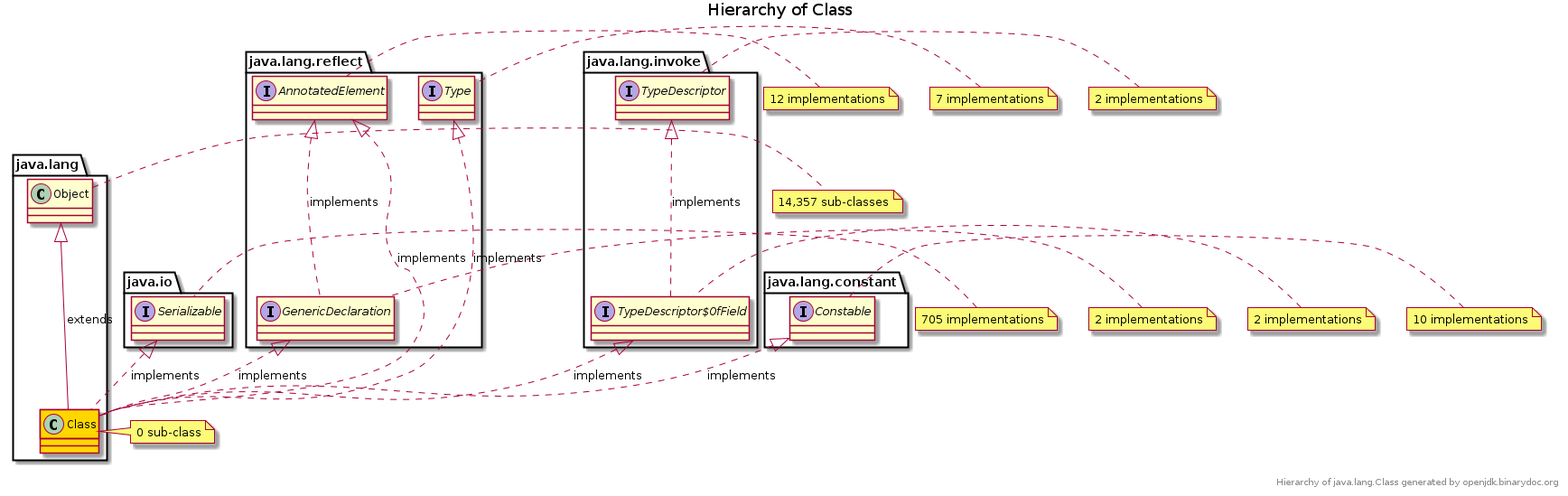
Above: samples/uml_java_java.lang.Class_hierarchy.png in fuiny/binarydoc-help (PlantUML), before the change.
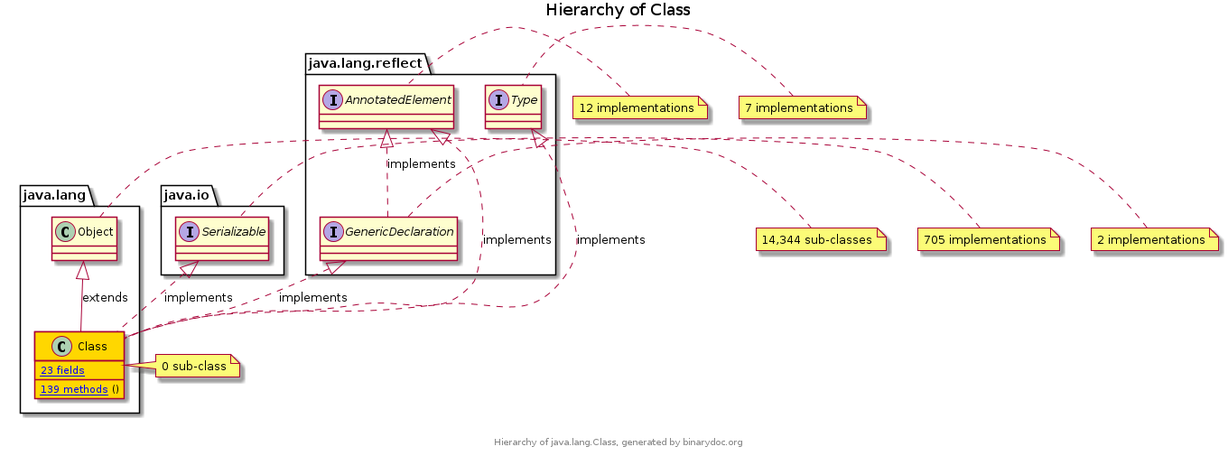
After the change.

Diff of the diagram source:
```diff
@@ -1,33 +1,27 @@
 @startuml
 
 
-class java.lang.Class[[/net.java/openjdk/13.0/classfile?classfilelocation=java.lang.class{Java classfile java.lang.Class} java.lang.Class]] #gold
+class java.lang.Class [[/homepage/demo-group/demo-artifact/demo-version-1/classfile?classfilelocation=java.lang.class{Java classfile java.lang.Class} java.lang.Class]] #gold {
+{field}  [[/homepage/demo-group/demo-artifact/demo-version-1/classfile-fields?classfilelocation=java.lang.class{23 fields in current classfile} 23 fields]]
+{method} [[/homepage/demo-group/demo-artifact/demo-version-1/classfile-methods?classfilelocation=java.lang.class{139 methods in current classfile} 139 methods]] ()
+}
 note right: 0 sub-class
 
 
-class java.lang.Object[[/net.java/openjdk/13.0/classfile?classfilelocation=java.lang.object{Java classfile java.lang.Object} java.lang.Object]]
-note right: 14,357 sub-classes
+class java.lang.Object [[/homepage/demo-group/demo-artifact/demo-version-1/classfile?classfilelocation=java.lang.object{Java classfile java.lang.Object} java.lang.Object]]
+note right: 14,344 sub-classes
 
-interface java.io.Serializable[[/net.java/openjdk/13.0/classfile?classfilelocation=java.io.serializable{Java classfile java.io.Serializable} java.io.Serializable]]
+interface java.io.Serializable [[/homepage/demo-group/demo-artifact/demo-version-1/classfile?classfilelocation=java.io.serializable{Java classfile java.io.Serializable} java.io.Serializable]]
 note left: 705 implementations
 
-interface java.lang.reflect.GenericDeclaration[[/net.java/openjdk/13.0/classfile?classfilelocation=java.lang.reflect.genericdeclaration{Java classfile java.lang.reflect.GenericDeclaration} java.lang.reflect.GenericDeclaration]]
+interface java.lang.reflect.GenericDeclaration [[/homepage/demo-group/demo-artifact/demo-version-1/classfile?classfilelocation=java.lang.reflect.genericdeclaration{Java classfile java.lang.reflect.GenericDeclaration} java.lang.reflect.GenericDeclaration]]
 note left: 2 implementations
 
-interface java.lang.reflect.AnnotatedElement[[/net.java/openjdk/13.0/classfile?classfilelocation=java.lang.reflect.annotatedelement{Java classfile java.lang.reflect.AnnotatedElement} java.lang.reflect.AnnotatedElement]]
+interface java.lang.reflect.AnnotatedElement [[/homepage/demo-group/demo-artifact/demo-version-1/classfile?classfilelocation=java.lang.reflect.annotatedelement{Java classfile java.lang.reflect.AnnotatedElement} java.lang.reflect.AnnotatedElement]]
 note left: 12 implementations
 
-interface java.lang.reflect.Type[[/net.java/openjdk/13.0/classfile?classfilelocation=java.lang.reflect.type{Java classfile java.lang.reflect.Type} java.lang.reflect.Type]]
+interface java.lang.reflect.Type [[/homepage/demo-group/demo-artifact/demo-version-1/classfile?classfilelocation=java.lang.reflect.type{Java classfile java.lang.reflect.Type} java.lang.reflect.Type]]
 note left: 7 implementations
-
-interface java.lang.invoke.TypeDescriptor$OfField[[/net.java/openjdk/13.0/classfile?classfilelocation=java.lang.invoke.typedescriptor%24offield{Java classfile java.lang.invoke.TypeDescriptor$OfField} java.lang.invoke.TypeDescriptor$OfField]]
-note left: 2 implementations
-
-interface java.lang.invoke.TypeDescriptor[[/net.java/openjdk/13.0/classfile?classfilelocation=java.lang.invoke.typedescriptor{Java classfile java.lang.invoke.TypeDescriptor} java.lang.invoke.TypeDescriptor]]
-note left: 2 implementations
-
-interface java.lang.constant.Constable[[/net.java/openjdk/13.0/classfile?classfilelocation=java.lang.constant.constable{Java classfile java.lang.constant.Constable} java.lang.constant.Constable]]
-note left: 10 implementations
 
 
 
@@ -37,11 +31,8 @@
 java.lang.reflect.AnnotatedElement <|.. java.lang.reflect.GenericDeclaration : implements
 java.lang.reflect.Type <|.. java.lang.Class : implements
 java.lang.reflect.AnnotatedElement <|.. java.lang.Class : implements
-java.lang.invoke.TypeDescriptor$OfField <|.. java.lang.Class : implements
-java.lang.invoke.TypeDescriptor <|.. java.lang.invoke.TypeDescriptor$OfField : implements
-java.lang.constant.Constable <|.. java.lang.Class : implements
 
 title Hierarchy of Class
-right footer Hierarchy of java.lang.Class generated by openjdk.binarydoc.org
+footer Hierarchy of java.lang.Class, generated by binarydoc.org
 
 @enduml
```
